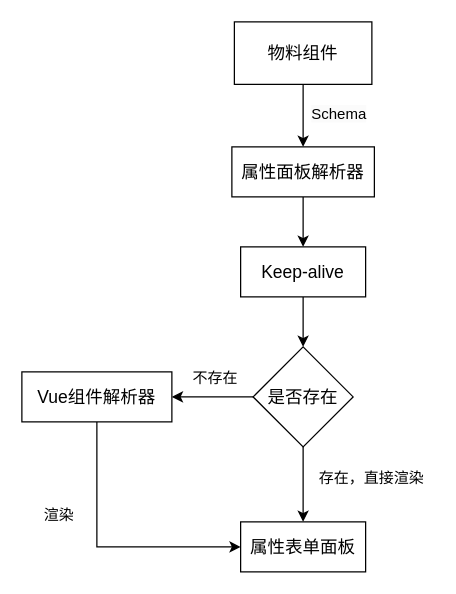
Earlier version of the draw.io diagram 第四章/新属性面板生成.drawio (yuxinyu12345/diagrams). Source tidied: cells renumbered, new cells numbered last; positions are measured from the earlier drawing's top-left corner, leaving out a move shared by most shapes. Both pictures are drawn from the tidied source at 125%, with x=0, y=0 at pixel (21, 21).
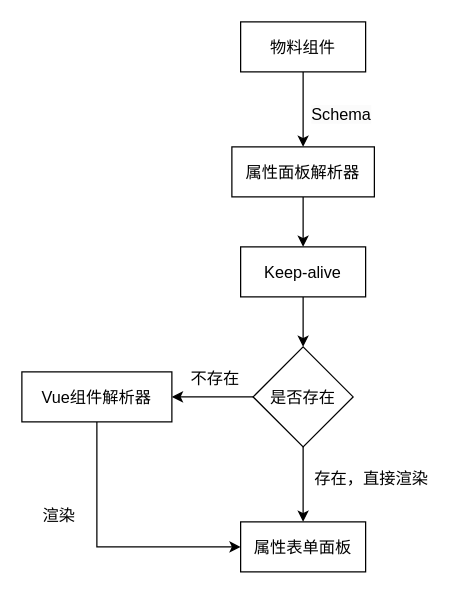
After the change.

Commit message (it also covers changes not shown here):
更新新属性面板生成.drawio

What changed in the source:
```diff
@@
 <mxGraphModel>
   <root>
     <mxCell id="0" />
     <mxCell id="1" parent="0" />
-    <mxCell id="2" style="edgeStyle=orthogonalEdgeStyle;rounded=0;jettySize=auto;html=1;exitX=0.5;exitY=1;exitDx=0;exitDy=0;fontSize=14;" parent="1" edge="1" source="3" target="5">
+    <mxCell id="2" style="edgeStyle=orthogonalEdgeStyle;rounded=0;jettySize=auto;html=1;exitX=0.5;exitY=1;exitDx=0;exitDy=0;fontSize=13;" parent="1" edge="1" source="3" target="5">
       <mxGeometry relative="1" as="geometry" />
     </mxCell>
-    <mxCell id="3" value="物料组件" style="rounded=0;whiteSpace=wrap;html=1;fontSize=14;" parent="1" vertex="1">
-      <mxGeometry x="170" width="110" height="50" as="geometry" />
+    <mxCell id="3" value="物料组件" style="rounded=0;whiteSpace=wrap;html=1;fontSize=13;" parent="1" vertex="1">
+      <mxGeometry x="175" width="100" height="40" as="geometry" />
     </mxCell>
-    <mxCell id="4" style="edgeStyle=orthogonalEdgeStyle;rounded=0;jettySize=auto;html=1;exitX=0.5;exitY=1;exitDx=0;exitDy=0;fontSize=14;" parent="1" edge="1" source="5" target="7">
+    <mxCell id="4" style="edgeStyle=orthogonalEdgeStyle;rounded=0;jettySize=auto;html=1;exitX=0.5;exitY=1;exitDx=0;exitDy=0;fontSize=13;" parent="1" edge="1" source="5" target="7">
       <mxGeometry relative="1" as="geometry" />
     </mxCell>
-    <mxCell id="5" value="属性面板解析器" style="rounded=0;whiteSpace=wrap;html=1;fontSize=14;" parent="1" vertex="1">
+    <mxCell id="5" value="属性面板解析器" style="rounded=0;whiteSpace=wrap;html=1;fontSize=13;" parent="1" vertex="1">
       <mxGeometry x="168" y="100" width="114" height="40" as="geometry" />
     </mxCell>
-    <mxCell id="6" style="edgeStyle=orthogonalEdgeStyle;rounded=0;jettySize=auto;html=1;exitX=0.5;exitY=1;exitDx=0;exitDy=0;fontSize=14;" parent="1" edge="1" source="7" target="10">
+    <mxCell id="6" style="edgeStyle=orthogonalEdgeStyle;rounded=0;jettySize=auto;html=1;exitX=0.5;exitY=1;exitDx=0;exitDy=0;fontSize=13;" parent="1" edge="1" source="7" target="10">
       <mxGeometry relative="1" as="geometry" />
     </mxCell>
-    <mxCell id="7" value="Keep-alive" style="rounded=0;whiteSpace=wrap;html=1;fontSize=14;" parent="1" vertex="1">
+    <mxCell id="7" value="Keep-alive" style="rounded=0;whiteSpace=wrap;html=1;fontSize=13;" parent="1" vertex="1">
       <mxGeometry x="175" y="180" width="100" height="40" as="geometry" />
     </mxCell>
-    <mxCell id="8" style="edgeStyle=orthogonalEdgeStyle;rounded=0;jettySize=auto;html=1;exitX=0;exitY=0.5;exitDx=0;exitDy=0;fontSize=14;" parent="1" edge="1" source="10" target="12">
+    <mxCell id="8" style="edgeStyle=orthogonalEdgeStyle;rounded=0;jettySize=auto;html=1;exitX=0;exitY=0.5;exitDx=0;exitDy=0;fontSize=13;" parent="1" edge="1" source="10" target="12">
       <mxGeometry relative="1" as="geometry" />
     </mxCell>
-    <mxCell id="9" style="edgeStyle=orthogonalEdgeStyle;rounded=0;jettySize=auto;html=1;exitX=0.5;exitY=1;exitDx=0;exitDy=0;fontSize=14;" parent="1" edge="1" source="10" target="13">
+    <mxCell id="9" style="edgeStyle=orthogonalEdgeStyle;rounded=0;jettySize=auto;html=1;exitX=0.5;exitY=1;exitDx=0;exitDy=0;fontSize=13;" parent="1" edge="1" source="10" target="13">
       <mxGeometry relative="1" as="geometry" />
     </mxCell>
-    <mxCell id="10" value="是否存在" style="rhombus;whiteSpace=wrap;html=1;fontSize=14;" parent="1" vertex="1">
+    <mxCell id="10" value="是否存在" style="rhombus;whiteSpace=wrap;html=1;fontSize=13;" parent="1" vertex="1">
       <mxGeometry x="185" y="260" width="80" height="80" as="geometry" />
     </mxCell>
-    <mxCell id="11" style="edgeStyle=orthogonalEdgeStyle;rounded=0;jettySize=auto;html=1;exitX=0.5;exitY=1;exitDx=0;exitDy=0;entryX=0;entryY=0.5;entryDx=0;entryDy=0;fontSize=14;" parent="1" edge="1" source="12" target="13">
+    <mxCell id="11" style="edgeStyle=orthogonalEdgeStyle;rounded=0;jettySize=auto;html=1;exitX=0.5;exitY=1;exitDx=0;exitDy=0;entryX=0;entryY=0.5;entryDx=0;entryDy=0;fontSize=13;" parent="1" edge="1" source="12" target="13">
       <mxGeometry relative="1" as="geometry" />
     </mxCell>
-    <mxCell id="12" value="Vue组件解析器" style="rounded=0;whiteSpace=wrap;html=1;fontSize=14;" parent="1" vertex="1">
+    <mxCell id="12" value="Vue组件解析器" style="rounded=0;whiteSpace=wrap;html=1;fontSize=13;" parent="1" vertex="1">
       <mxGeometry y="280" width="120" height="40" as="geometry" />
     </mxCell>
-    <mxCell id="13" value="属性表单面板" style="rounded=0;whiteSpace=wrap;html=1;fontSize=14;" parent="1" vertex="1">
+    <mxCell id="13" value="属性表单面板" style="rounded=0;whiteSpace=wrap;html=1;fontSize=13;" parent="1" vertex="1">
       <mxGeometry x="175" y="400" width="100" height="40" as="geometry" />
     </mxCell>
-    <mxCell id="14" value="&lt;span style=&quot;color: rgb(0, 0, 0); font-family: Helvetica; font-size: 12px; font-style: normal; font-variant-ligatures: normal; font-variant-caps: normal; font-weight: 400; letter-spacing: normal; orphans: 2; text-align: center; text-indent: 0px; text-transform: none; widows: 2; word-spacing: 0px; -webkit-text-stroke-width: 0px; white-space: nowrap; background-color: rgb(251, 251, 251); text-decoration-thickness: initial; text-decoration-style: initial; text-decoration-color: initial; float: none; display: inline !important;&quot;&gt;Schema&lt;/span&gt;" style="text;whiteSpace=wrap;html=1;fontSize=12;" parent="1" vertex="1">
+    <mxCell id="14" value="&lt;span style=&quot;color: rgb(0, 0, 0); font-family: Helvetica; font-size: 13px; font-style: normal; font-variant-ligatures: normal; font-variant-caps: normal; font-weight: 400; letter-spacing: normal; orphans: 2; text-align: center; text-indent: 0px; text-transform: none; widows: 2; word-spacing: 0px; -webkit-text-stroke-width: 0px; white-space: nowrap; background-color: rgb(251, 251, 251); text-decoration-thickness: initial; text-decoration-style: initial; text-decoration-color: initial; float: none; display: inline !important;&quot;&gt;Schema&lt;/span&gt;" style="text;whiteSpace=wrap;html=1;fontSize=13;" parent="1" vertex="1">
       <mxGeometry x="230" y="60" width="90" height="40" as="geometry" />
     </mxCell>
-    <mxCell id="15" value="不存在" style="text;html=1;align=center;verticalAlign=middle;whiteSpace=wrap;rounded=0;" parent="1" vertex="1">
+    <mxCell id="15" value="不存在" style="text;html=1;align=center;verticalAlign=middle;whiteSpace=wrap;rounded=0;fontSize=13;" parent="1" vertex="1">
       <mxGeometry x="125" y="270" width="60" height="30" as="geometry" />
     </mxCell>
-    <mxCell id="16" value="存在，直接渲染" style="text;html=1;align=center;verticalAlign=middle;whiteSpace=wrap;rounded=0;" parent="1" vertex="1">
+    <mxCell id="16" value="存在，直接渲染" style="text;html=1;align=center;verticalAlign=middle;whiteSpace=wrap;rounded=0;fontSize=13;" parent="1" vertex="1">
       <mxGeometry x="230" y="350" width="100" height="30" as="geometry" />
     </mxCell>
-    <mxCell id="17" value="渲染" style="text;html=1;align=center;verticalAlign=middle;whiteSpace=wrap;rounded=0;" parent="1" vertex="1">
+    <mxCell id="17" value="渲染" style="text;html=1;align=center;verticalAlign=middle;whiteSpace=wrap;rounded=0;fontSize=13;" parent="1" vertex="1">
       <mxGeometry y="380" width="60" height="30" as="geometry" />
     </mxCell>
   </root>
 </mxGraphModel>
```
